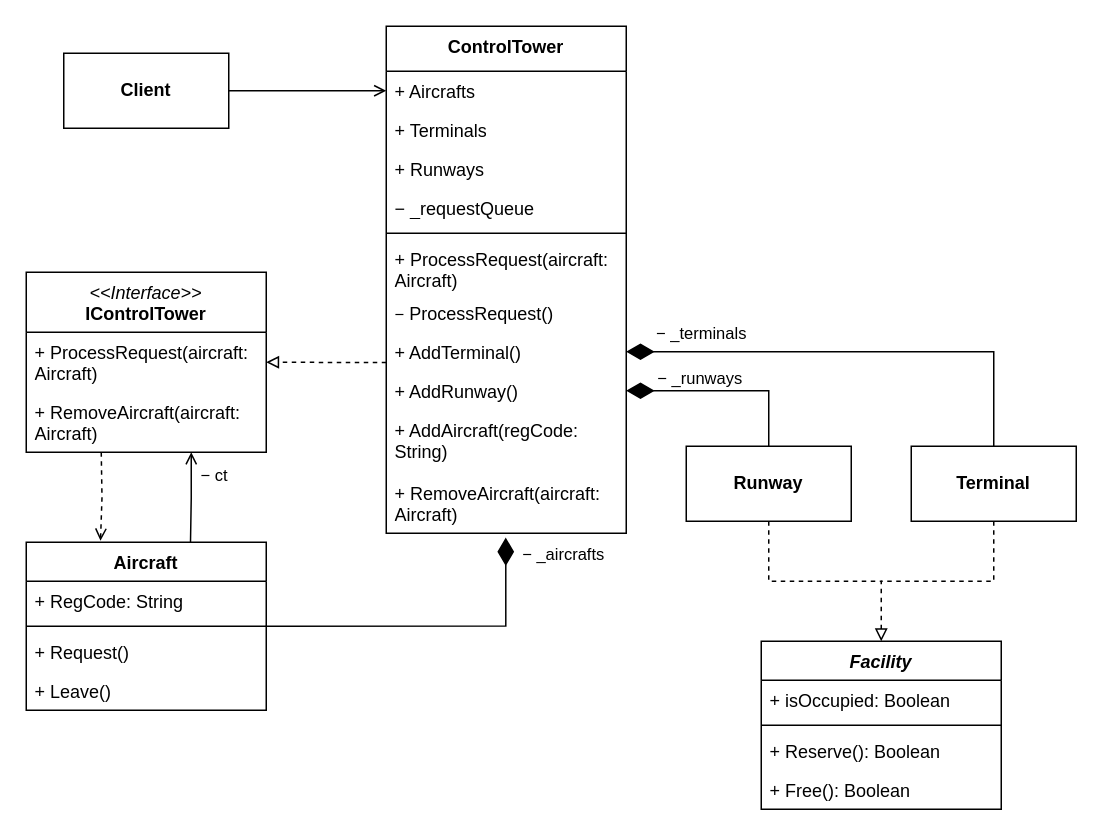
4lnULpGkuW/OOAD2 keeps this draw.io diagram as Lab_3/Lab_3.drawio. Above is the earlier version. Source tidied: cells renumbered, new cells numbered last; positions are measured from the earlier drawing's top-left corner, leaving out a move shared by most shapes. Both pictures are drawn from the tidied source at 150%, with x=0, y=0 at pixel (26, 26).
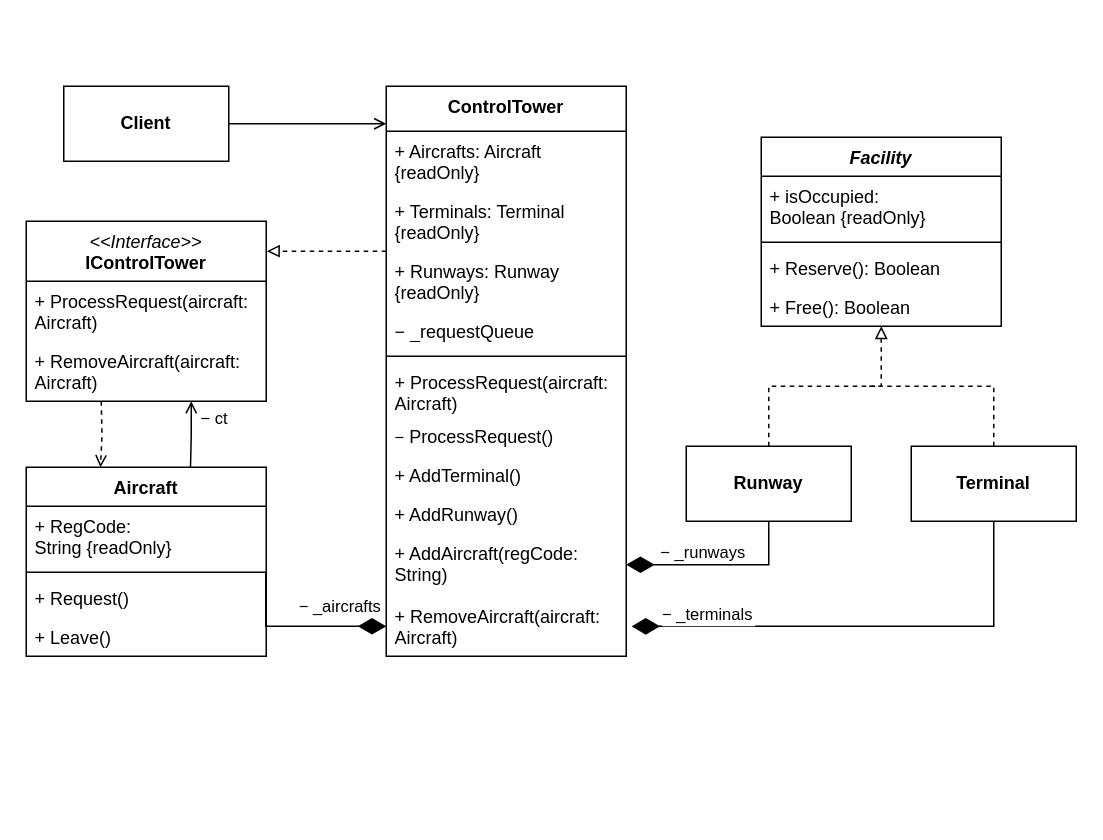
After the change.

Commit message (it also covers changes not shown here):
Another diagram fix

The change refers to these unchanged cells:
```xml
<mxCell id="18" value="&lt;span style=&quot;font-weight: 700;&quot;&gt;Runway&lt;/span&gt;" style="html=1;whiteSpace=wrap;" parent="1" vertex="1">
  <mxGeometry x="440" y="280" width="110" height="50" as="geometry" />
</mxCell>
<mxCell id="22" value="&lt;span style=&quot;font-weight: 700;&quot;&gt;Terminal&lt;/span&gt;" style="html=1;whiteSpace=wrap;" parent="1" vertex="1">
  <mxGeometry x="590" y="280" width="110" height="50" as="geometry" />
</mxCell>
```

Diff of the diagram source:
```diff
@@
     <mxCell id="2" value="&lt;i style=&quot;font-weight: 400;&quot;&gt;&amp;lt;&amp;lt;Interface&amp;gt;&amp;gt;&lt;/i&gt;&lt;br&gt;IControlTower" style="swimlane;fontStyle=1;align=center;verticalAlign=top;horizontal=1;startSize=40;whiteSpace=wrap;html=1;" parent="1" vertex="1">
-      <mxGeometry y="164" width="160" height="120" as="geometry" />
+      <mxGeometry y="130" width="160" height="120" as="geometry" />
     </mxCell>
@@
     <mxCell id="5" value="Aircraft" style="swimlane;fontStyle=1;align=center;verticalAlign=top;horizontal=1;startSize=26;whiteSpace=wrap;html=1;" parent="1" vertex="1">
-      <mxGeometry y="344" width="160" height="112" as="geometry" />
+      <mxGeometry y="294" width="160" height="126" as="geometry" />
     </mxCell>
-    <mxCell id="6" value="+ RegCode: String" style="text;strokeColor=none;fillColor=none;align=left;verticalAlign=top;spacingLeft=4;spacingRight=4;overflow=hidden;whiteSpace=wrap;html=1;" parent="5" vertex="1">
-      <mxGeometry y="26" width="160" height="26" as="geometry" />
+    <mxCell id="6" value="+ RegCode: String {readOnly}" style="text;strokeColor=none;fillColor=none;align=left;verticalAlign=top;spacingLeft=4;spacingRight=4;overflow=hidden;html=1;whiteSpace=wrap;" parent="5" vertex="1">
+      <mxGeometry y="26" width="160" height="40" as="geometry" />
     </mxCell>
     <mxCell id="7" style="line;strokeWidth=1;fillColor=none;align=left;verticalAlign=middle;spacingTop=-1;spacingLeft=3;spacingRight=3;labelPosition=right;points=[];portConstraint=eastwest;strokeColor=inherit;" parent="5" vertex="1">
-      <mxGeometry y="52" width="160" height="8" as="geometry" />
+      <mxGeometry y="66" width="160" height="8" as="geometry" />
     </mxCell>
     <mxCell id="8" value="+ Request()" style="text;strokeColor=none;fillColor=none;align=left;verticalAlign=top;spacingLeft=4;spacingRight=4;overflow=hidden;whiteSpace=wrap;html=1;" parent="5" vertex="1">
-      <mxGeometry y="60" width="160" height="26" as="geometry" />
+      <mxGeometry y="74" width="160" height="26" as="geometry" />
     </mxCell>
     <mxCell id="9" value="+ Leave()" style="text;strokeColor=none;fillColor=none;align=left;verticalAlign=top;spacingLeft=4;spacingRight=4;overflow=hidden;whiteSpace=wrap;html=1;" parent="5" vertex="1">
-      <mxGeometry y="86" width="160" height="26" as="geometry" />
+      <mxGeometry y="100" width="160" height="26" as="geometry" />
     </mxCell>
     <mxCell id="10" value="&lt;i&gt;Facility&lt;/i&gt;" style="swimlane;fontStyle=1;align=center;verticalAlign=top;horizontal=1;startSize=26;whiteSpace=wrap;html=1;" parent="1" vertex="1">
-      <mxGeometry x="490" y="410" width="160" height="112" as="geometry" />
+      <mxGeometry x="490" y="74" width="160" height="126" as="geometry" />
     </mxCell>
-    <mxCell id="11" value="+&amp;nbsp;isOccupied: Boolean" style="text;strokeColor=none;fillColor=none;align=left;verticalAlign=top;spacingLeft=4;spacingRight=4;overflow=hidden;whiteSpace=wrap;html=1;" parent="10" vertex="1">
-      <mxGeometry y="26" width="160" height="26" as="geometry" />
+    <mxCell id="11" value="+ isOccupied: Boolean {readOnly}" style="text;strokeColor=none;fillColor=none;align=left;verticalAlign=top;spacingLeft=4;spacingRight=4;overflow=hidden;whiteSpace=wrap;html=1;" parent="10" vertex="1">
+      <mxGeometry y="26" width="160" height="40" as="geometry" />
     </mxCell>
     <mxCell id="12" style="line;strokeWidth=1;fillColor=none;align=left;verticalAlign=middle;spacingTop=-1;spacingLeft=3;spacingRight=3;labelPosition=right;strokeColor=inherit;" parent="10" vertex="1">
-      <mxGeometry y="52" width="160" height="8" as="geometry" />
+      <mxGeometry y="66" width="160" height="8" as="geometry" />
     </mxCell>
     <mxCell id="13" value="+ Reserve(): Boolean" style="text;strokeColor=none;fillColor=none;align=left;verticalAlign=top;spacingLeft=4;spacingRight=4;overflow=hidden;whiteSpace=wrap;html=1;" parent="10" vertex="1">
-      <mxGeometry y="60" width="160" height="26" as="geometry" />
+      <mxGeometry y="74" width="160" height="26" as="geometry" />
     </mxCell>
     <mxCell id="14" value="+ Free(): Boolean" style="text;strokeColor=none;fillColor=none;align=left;verticalAlign=top;spacingLeft=4;spacingRight=4;overflow=hidden;whiteSpace=wrap;html=1;" parent="10" vertex="1">
-      <mxGeometry y="86" width="160" height="26" as="geometry" />
+      <mxGeometry y="100" width="160" height="26" as="geometry" />
     </mxCell>
-    <mxCell id="15" style="edgeStyle=orthogonalEdgeStyle;rounded=0;jettySize=auto;html=1;entryX=0.5;entryY=0;entryDx=0;entryDy=0;dashed=1;endArrow=block;endFill=0;" parent="1" edge="1" source="18" target="10">
+    <mxCell id="15" style="edgeStyle=orthogonalEdgeStyle;rounded=0;jettySize=auto;html=1;dashed=1;endArrow=block;endFill=0;entryX=0.5;entryY=1;entryDx=0;entryDy=0;" parent="1" edge="1" source="18" target="10">
       <mxGeometry relative="1" as="geometry" />
     </mxCell>
-    <mxCell id="16" style="edgeStyle=orthogonalEdgeStyle;rounded=0;jettySize=auto;html=1;entryX=1;entryY=0.5;entryDx=0;entryDy=0;endArrow=diamondThin;endFill=1;endSize=16;" parent="1" edge="1" source="18" target="32">
+    <mxCell id="16" style="edgeStyle=orthogonalEdgeStyle;rounded=0;jettySize=auto;html=1;entryX=1;entryY=0.5;entryDx=0;entryDy=0;endArrow=diamondThin;endFill=1;endSize=16;exitX=0.5;exitY=1;exitDx=0;exitDy=0;" parent="1" edge="1" source="18" target="33">
       <mxGeometry relative="1" as="geometry" />
     </mxCell>
     <mxCell id="17" value="− _runways" style="edgeLabel;html=1;align=center;verticalAlign=middle;" parent="16" vertex="1">
       <mxGeometry x="0.77" y="-1" relative="1" as="geometry">
-        <mxPoint x="33" y="-8" as="offset" />
+        <mxPoint x="36" y="-8" as="offset" />
       </mxGeometry>
     </mxCell>
@@
     <mxCell id="19" style="edgeStyle=orthogonalEdgeStyle;rounded=0;jettySize=auto;html=1;endArrow=none;startFill=0;dashed=1;" parent="1" edge="1" source="22">
       <mxGeometry relative="1" as="geometry">
-        <mxPoint x="570" y="370" as="targetPoint" />
+        <mxPoint x="560" y="240" as="targetPoint" />
         <Array as="points">
-          <mxPoint x="645" y="370" />
+          <mxPoint x="645" y="240" />
         </Array>
       </mxGeometry>
     </mxCell>
-    <mxCell id="20" style="edgeStyle=orthogonalEdgeStyle;rounded=0;jettySize=auto;html=1;entryX=1;entryY=0.5;entryDx=0;entryDy=0;endArrow=diamondThin;endFill=1;endSize=16;" parent="1" edge="1" source="22" target="31">
-      <mxGeometry relative="1" as="geometry" />
+    <mxCell id="20" style="edgeStyle=orthogonalEdgeStyle;rounded=0;jettySize=auto;html=1;entryX=1.022;entryY=0.501;entryDx=0;entryDy=0;endArrow=diamondThin;endFill=1;endSize=16;entryPerimeter=0;" parent="1" edge="1" source="22" target="34">
+      <mxGeometry relative="1" as="geometry">
+        <Array as="points">
+          <mxPoint x="645" y="400" />
+        </Array>
+      </mxGeometry>
     </mxCell>
     <mxCell id="21" value="− _terminals" style="edgeLabel;align=center;verticalAlign=middle;horizontal=1;" parent="20" vertex="1">
       <mxGeometry x="0.85" y="-2" relative="1" as="geometry">
-        <mxPoint x="27" y="-11" as="offset" />
+        <mxPoint x="27" y="-7" as="offset" />
       </mxGeometry>
     </mxCell>
@@
     <mxCell id="23" value="ControlTower" style="swimlane;fontStyle=1;align=center;verticalAlign=top;horizontal=1;startSize=30;whiteSpace=wrap;html=1;" parent="1" vertex="1">
-      <mxGeometry x="240" width="160" height="338" as="geometry" />
+      <mxGeometry x="240" y="40" width="160" height="380" as="geometry" />
     </mxCell>
-    <mxCell id="24" value="+ Aircrafts" style="text;strokeColor=none;fillColor=none;align=left;verticalAlign=top;spacingLeft=4;spacingRight=4;overflow=hidden;points=[[0,0.5],[1,0.5]];portConstraint=eastwest;whiteSpace=wrap;html=1;" parent="23" vertex="1">
-      <mxGeometry y="30" width="160" height="26" as="geometry" />
+    <mxCell id="24" value="+ Aircrafts: Aircraft {readOnly}" style="text;strokeColor=none;fillColor=none;align=left;verticalAlign=top;spacingLeft=4;spacingRight=4;overflow=hidden;points=[[0,0.5],[1,0.5]];portConstraint=eastwest;whiteSpace=wrap;html=1;" parent="23" vertex="1">
+      <mxGeometry y="30" width="160" height="40" as="geometry" />
     </mxCell>
-    <mxCell id="25" value="+ Terminals" style="text;strokeColor=none;fillColor=none;align=left;verticalAlign=top;spacingLeft=4;spacingRight=4;overflow=hidden;whiteSpace=wrap;html=1;" parent="23" vertex="1">
-      <mxGeometry y="56" width="160" height="26" as="geometry" />
+    <mxCell id="25" value="+ Terminals: Terminal {readOnly}" style="text;strokeColor=none;fillColor=none;align=left;verticalAlign=top;spacingLeft=4;spacingRight=4;overflow=hidden;whiteSpace=wrap;html=1;" parent="23" vertex="1">
+      <mxGeometry y="70" width="160" height="40" as="geometry" />
     </mxCell>
-    <mxCell id="26" value="+ Runways" style="text;strokeColor=none;fillColor=none;align=left;verticalAlign=top;spacingLeft=4;spacingRight=4;overflow=hidden;whiteSpace=wrap;html=1;" parent="23" vertex="1">
-      <mxGeometry y="82" width="160" height="26" as="geometry" />
+    <mxCell id="26" value="+ Runways: Runway {readOnly}" style="text;strokeColor=none;fillColor=none;align=left;verticalAlign=top;spacingLeft=4;spacingRight=4;overflow=hidden;whiteSpace=wrap;html=1;" parent="23" vertex="1">
+      <mxGeometry y="110" width="160" height="40" as="geometry" />
     </mxCell>
     <mxCell id="27" value="− _requestQueue" style="text;strokeColor=none;fillColor=none;align=left;verticalAlign=top;spacingLeft=4;spacingRight=4;overflow=hidden;whiteSpace=wrap;html=1;" parent="23" vertex="1">
-      <mxGeometry y="108" width="160" height="26" as="geometry" />
+      <mxGeometry y="150" width="160" height="26" as="geometry" />
     </mxCell>
     <mxCell id="28" style="line;strokeWidth=1;fillColor=none;align=left;verticalAlign=middle;spacingTop=-1;spacingLeft=3;spacingRight=3;labelPosition=right;strokeColor=inherit;" parent="23" vertex="1">
-      <mxGeometry y="134" width="160" height="8" as="geometry" />
+      <mxGeometry y="176" width="160" height="8" as="geometry" />
     </mxCell>
     <mxCell id="29" value="+ ProcessRequest(aircraft: Aircraft)" style="text;strokeColor=none;fillColor=none;align=left;verticalAlign=top;spacingLeft=4;spacingRight=4;overflow=hidden;whiteSpace=wrap;html=1;" parent="23" vertex="1">
-      <mxGeometry y="142" width="160" height="36" as="geometry" />
+      <mxGeometry y="184" width="160" height="36" as="geometry" />
     </mxCell>
     <mxCell id="30" value="&lt;span style=&quot;text-wrap-mode: nowrap; font-size: 11px; text-align: center; background-color: rgb(255, 255, 255);&quot;&gt;−&lt;/span&gt;&amp;nbsp;ProcessRequest()" style="text;strokeColor=none;fillColor=none;align=left;verticalAlign=top;spacingLeft=4;spacingRight=4;overflow=hidden;whiteSpace=wrap;html=1;" parent="23" vertex="1">
-      <mxGeometry y="178" width="160" height="26" as="geometry" />
+      <mxGeometry y="220" width="160" height="26" as="geometry" />
     </mxCell>
     <mxCell id="31" value="+ AddTerminal()" style="text;strokeColor=none;fillColor=none;align=left;verticalAlign=top;spacingLeft=4;spacingRight=4;overflow=hidden;points=[[0,0.5],[1,0.5]];portConstraint=eastwest;whiteSpace=wrap;html=1;" parent="23" vertex="1">
-      <mxGeometry y="204" width="160" height="26" as="geometry" />
+      <mxGeometry y="246" width="160" height="26" as="geometry" />
     </mxCell>
     <mxCell id="32" value="+ AddRunway()" style="text;strokeColor=none;fillColor=none;align=left;verticalAlign=top;spacingLeft=4;spacingRight=4;overflow=hidden;points=[[0,0.5],[1,0.5]];portConstraint=eastwest;whiteSpace=wrap;html=1;" parent="23" vertex="1">
-      <mxGeometry y="230" width="160" height="26" as="geometry" />
+      <mxGeometry y="272" width="160" height="26" as="geometry" />
     </mxCell>
     <mxCell id="33" value="+ AddAircraft(regCode: String)" style="text;strokeColor=none;fillColor=none;align=left;verticalAlign=top;spacingLeft=4;spacingRight=4;overflow=hidden;points=[[0,0.5],[1,0.5]];portConstraint=eastwest;whiteSpace=wrap;html=1;" parent="23" vertex="1">
-      <mxGeometry y="256" width="160" height="42" as="geometry" />
+      <mxGeometry y="298" width="160" height="42" as="geometry" />
     </mxCell>
     <mxCell id="34" value="+ RemoveAircraft(aircraft: Aircraft)" style="text;strokeColor=none;fillColor=none;align=left;verticalAlign=top;spacingLeft=4;spacingRight=4;overflow=hidden;points=[[0,0.5],[1,0.5]];portConstraint=eastwest;whiteSpace=wrap;html=1;" parent="23" vertex="1">
-      <mxGeometry y="298" width="160" height="40" as="geometry" />
+      <mxGeometry y="340" width="160" height="40" as="geometry" />
     </mxCell>
-    <mxCell id="35" style="edgeStyle=orthogonalEdgeStyle;rounded=0;jettySize=auto;html=1;endArrow=diamondThin;endFill=1;endSize=16;entryX=0.498;entryY=1.072;entryDx=0;entryDy=0;entryPerimeter=0;exitX=0.998;exitY=0.492;exitDx=0;exitDy=0;exitPerimeter=0;" parent="1" edge="1" source="7" target="34">
+    <mxCell id="35" style="edgeStyle=orthogonalEdgeStyle;rounded=0;jettySize=auto;html=1;endArrow=diamondThin;endFill=1;endSize=16;entryX=0;entryY=0.5;entryDx=0;entryDy=0;exitX=0.998;exitY=0.492;exitDx=0;exitDy=0;exitPerimeter=0;" parent="1" edge="1" source="7" target="34">
       <mxGeometry relative="1" as="geometry">
         <Array as="points">
-          <mxPoint x="320" y="400" />
+          <mxPoint x="220" y="400" />
+          <mxPoint x="220" y="400" />
         </Array>
       </mxGeometry>
     </mxCell>
     <mxCell id="36" value="− _aircrafts" style="edgeLabel;html=1;align=center;verticalAlign=middle;" parent="35" vertex="1">
       <mxGeometry x="0.85" y="-1" relative="1" as="geometry">
-        <mxPoint x="37" y="-5" as="offset" />
+        <mxPoint x="-23" y="-15" as="offset" />
       </mxGeometry>
     </mxCell>
-    <mxCell id="37" style="edgeStyle=orthogonalEdgeStyle;rounded=0;jettySize=auto;html=1;endArrow=open;endFill=0;" parent="1" edge="1" source="38" target="24">
-      <mxGeometry relative="1" as="geometry" />
+    <mxCell id="37" style="edgeStyle=orthogonalEdgeStyle;rounded=0;jettySize=auto;html=1;endArrow=open;endFill=0;" parent="1" edge="1" source="38">
+      <mxGeometry relative="1" as="geometry">
+        <mxPoint x="240" y="65" as="targetPoint" />
+      </mxGeometry>
     </mxCell>
     <mxCell id="38" value="&lt;b&gt;Client&lt;/b&gt;" style="html=1;whiteSpace=wrap;" parent="1" vertex="1">
-      <mxGeometry x="25" y="18" width="110" height="50" as="geometry" />
+      <mxGeometry x="25" y="40" width="110" height="50" as="geometry" />
     </mxCell>
-    <mxCell id="39" style="edgeStyle=orthogonalEdgeStyle;rounded=0;orthogonalLoop=1;jettySize=auto;html=1;entryX=0.497;entryY=1.003;entryDx=0;entryDy=0;entryPerimeter=0;endArrow=open;endFill=0;" parent="1" edge="1">
+    <mxCell id="39" style="edgeStyle=orthogonalEdgeStyle;rounded=0;orthogonalLoop=1;jettySize=auto;html=1;endArrow=open;endFill=0;" parent="1" edge="1">
       <mxGeometry relative="1" as="geometry">
-        <mxPoint x="109.5" y="344" as="sourcePoint" />
-        <mxPoint x="110" y="284" as="targetPoint" />
+        <mxPoint x="109.5" y="294" as="sourcePoint" />
+        <mxPoint x="110" y="250" as="targetPoint" />
       </mxGeometry>
     </mxCell>
@@
-    <mxCell id="41" style="edgeStyle=orthogonalEdgeStyle;rounded=0;jettySize=auto;html=1;endArrow=block;endFill=0;exitX=0;exitY=0.773;exitDx=0;exitDy=0;dashed=1;exitPerimeter=0;" parent="1" edge="1" source="31" target="2">
-      <mxGeometry relative="1" as="geometry" />
+    <mxCell id="41" style="edgeStyle=orthogonalEdgeStyle;rounded=0;jettySize=auto;html=1;endArrow=block;endFill=0;dashed=1;entryX=1.003;entryY=0.166;entryDx=0;entryDy=0;entryPerimeter=0;" parent="1" edge="1" target="2">
+      <mxGeometry relative="1" as="geometry">
+        <mxPoint x="240" y="150" as="sourcePoint" />
+        <Array as="points">
+          <mxPoint x="237" y="150" />
+          <mxPoint x="200" y="150" />
+        </Array>
+      </mxGeometry>
     </mxCell>
     <mxCell id="42" style="edgeStyle=orthogonalEdgeStyle;rounded=0;orthogonalLoop=1;jettySize=auto;html=1;entryX=0.497;entryY=1.003;entryDx=0;entryDy=0;entryPerimeter=0;endArrow=open;endFill=0;dashed=1;" parent="1" edge="1">
       <mxGeometry relative="1" as="geometry">
-        <mxPoint x="50" y="284" as="sourcePoint" />
-        <mxPoint x="49.5" y="343" as="targetPoint" />
+        <mxPoint x="50" y="250" as="sourcePoint" />
+        <mxPoint x="49.5" y="294" as="targetPoint" />
       </mxGeometry>
     </mxCell>
```
